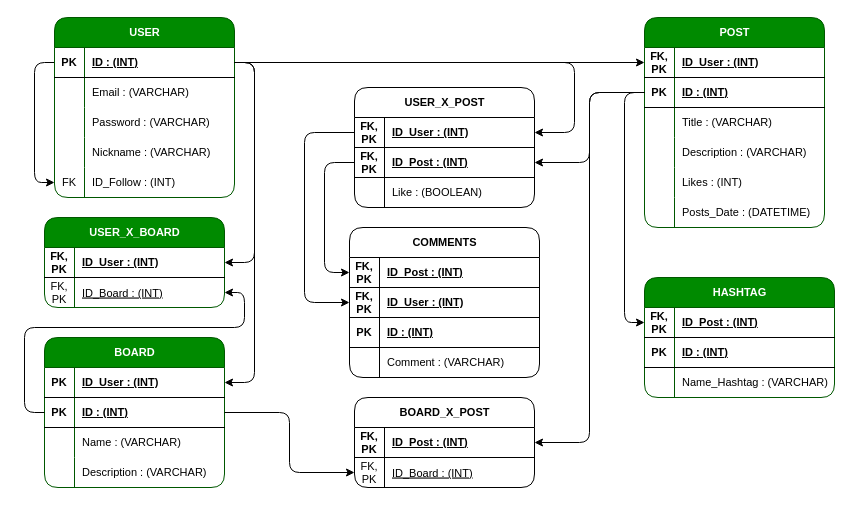
Before: page "MR" (2 of 2) of Models Relation Entity/Portfolio_Art.drawio in ZalazarFernando/Portfolio_Art, a draw.io diagram. Source tidied: cells renumbered, new cells numbered last; positions are measured from the earlier drawing's top-left corner, leaving out a move shared by most shapes. Both pictures are drawn from the tidied source at 100%, with x=0, y=0 at pixel (24, 17).
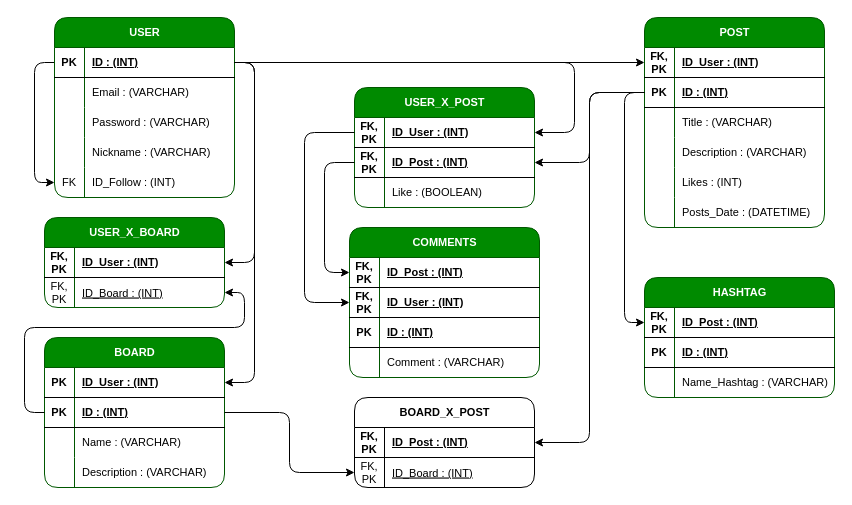
After the change.

Change to the diagram source:
```diff
@@
-    <mxCell id="64" value="USER_X_POST" style="shape=table;startSize=30;childLayout=tableLayout;rowLines=0;fontStyle=1;align=center;html=1;rounded=1;fontFamily=Helvetica;fontSize=11;fontColor=default;" parent="1" vertex="1">
+    <mxCell id="64" value="USER_X_POST" style="shape=table;startSize=30;childLayout=tableLayout;rowLines=0;fontStyle=1;align=center;html=1;rounded=1;fontFamily=Helvetica;fontSize=11;fontColor=#ffffff;fillColor=#008a00;strokeColor=#005700;" parent="1" vertex="1">
       <mxGeometry x="330" y="70" width="180" height="120" as="geometry" />
     </mxCell>
@@
-    <mxCell id="74" value="COMMENTS" style="shape=table;startSize=30;childLayout=tableLayout;rowLines=0;fontStyle=1;align=center;html=1;rounded=1;fontFamily=Helvetica;fontSize=11;fontColor=default;" parent="1" vertex="1">
+    <mxCell id="74" value="COMMENTS" style="shape=table;startSize=30;childLayout=tableLayout;rowLines=0;fontStyle=1;align=center;html=1;rounded=1;fontFamily=Helvetica;fontSize=11;fontColor=#ffffff;fillColor=#008a00;strokeColor=#005700;" parent="1" vertex="1">
       <mxGeometry x="325" y="210" width="190" height="150" as="geometry" />
     </mxCell>
```
